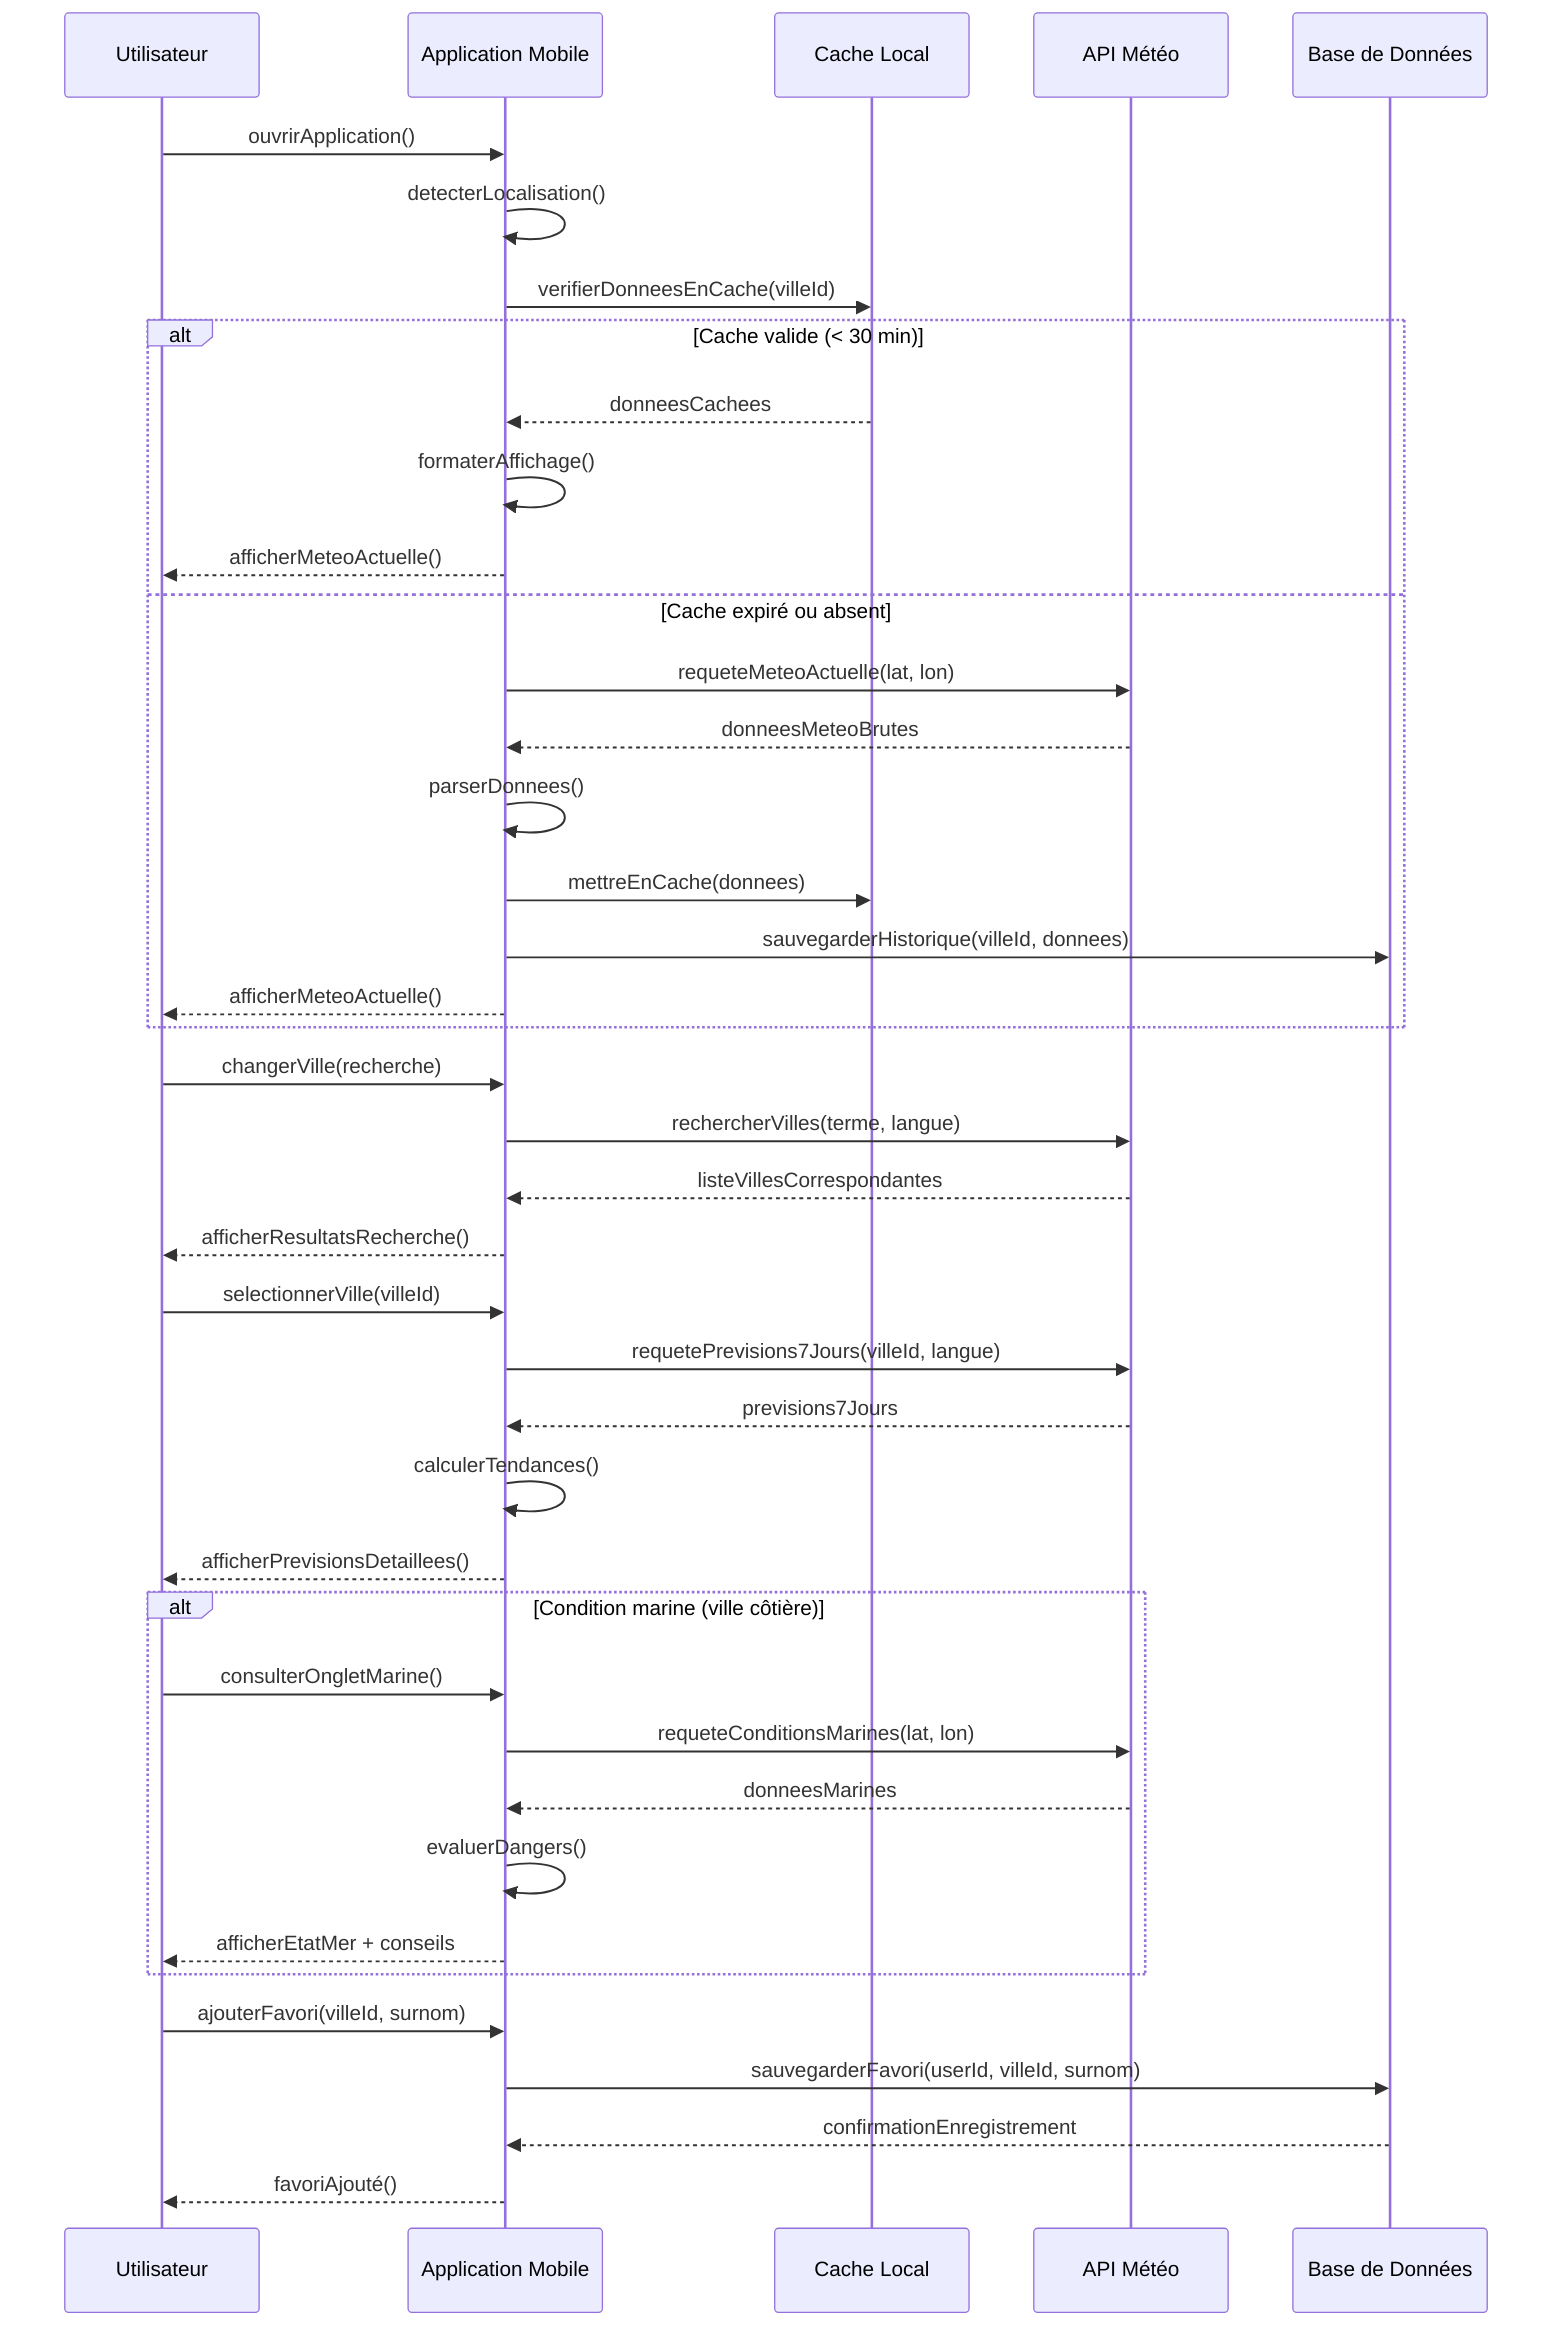
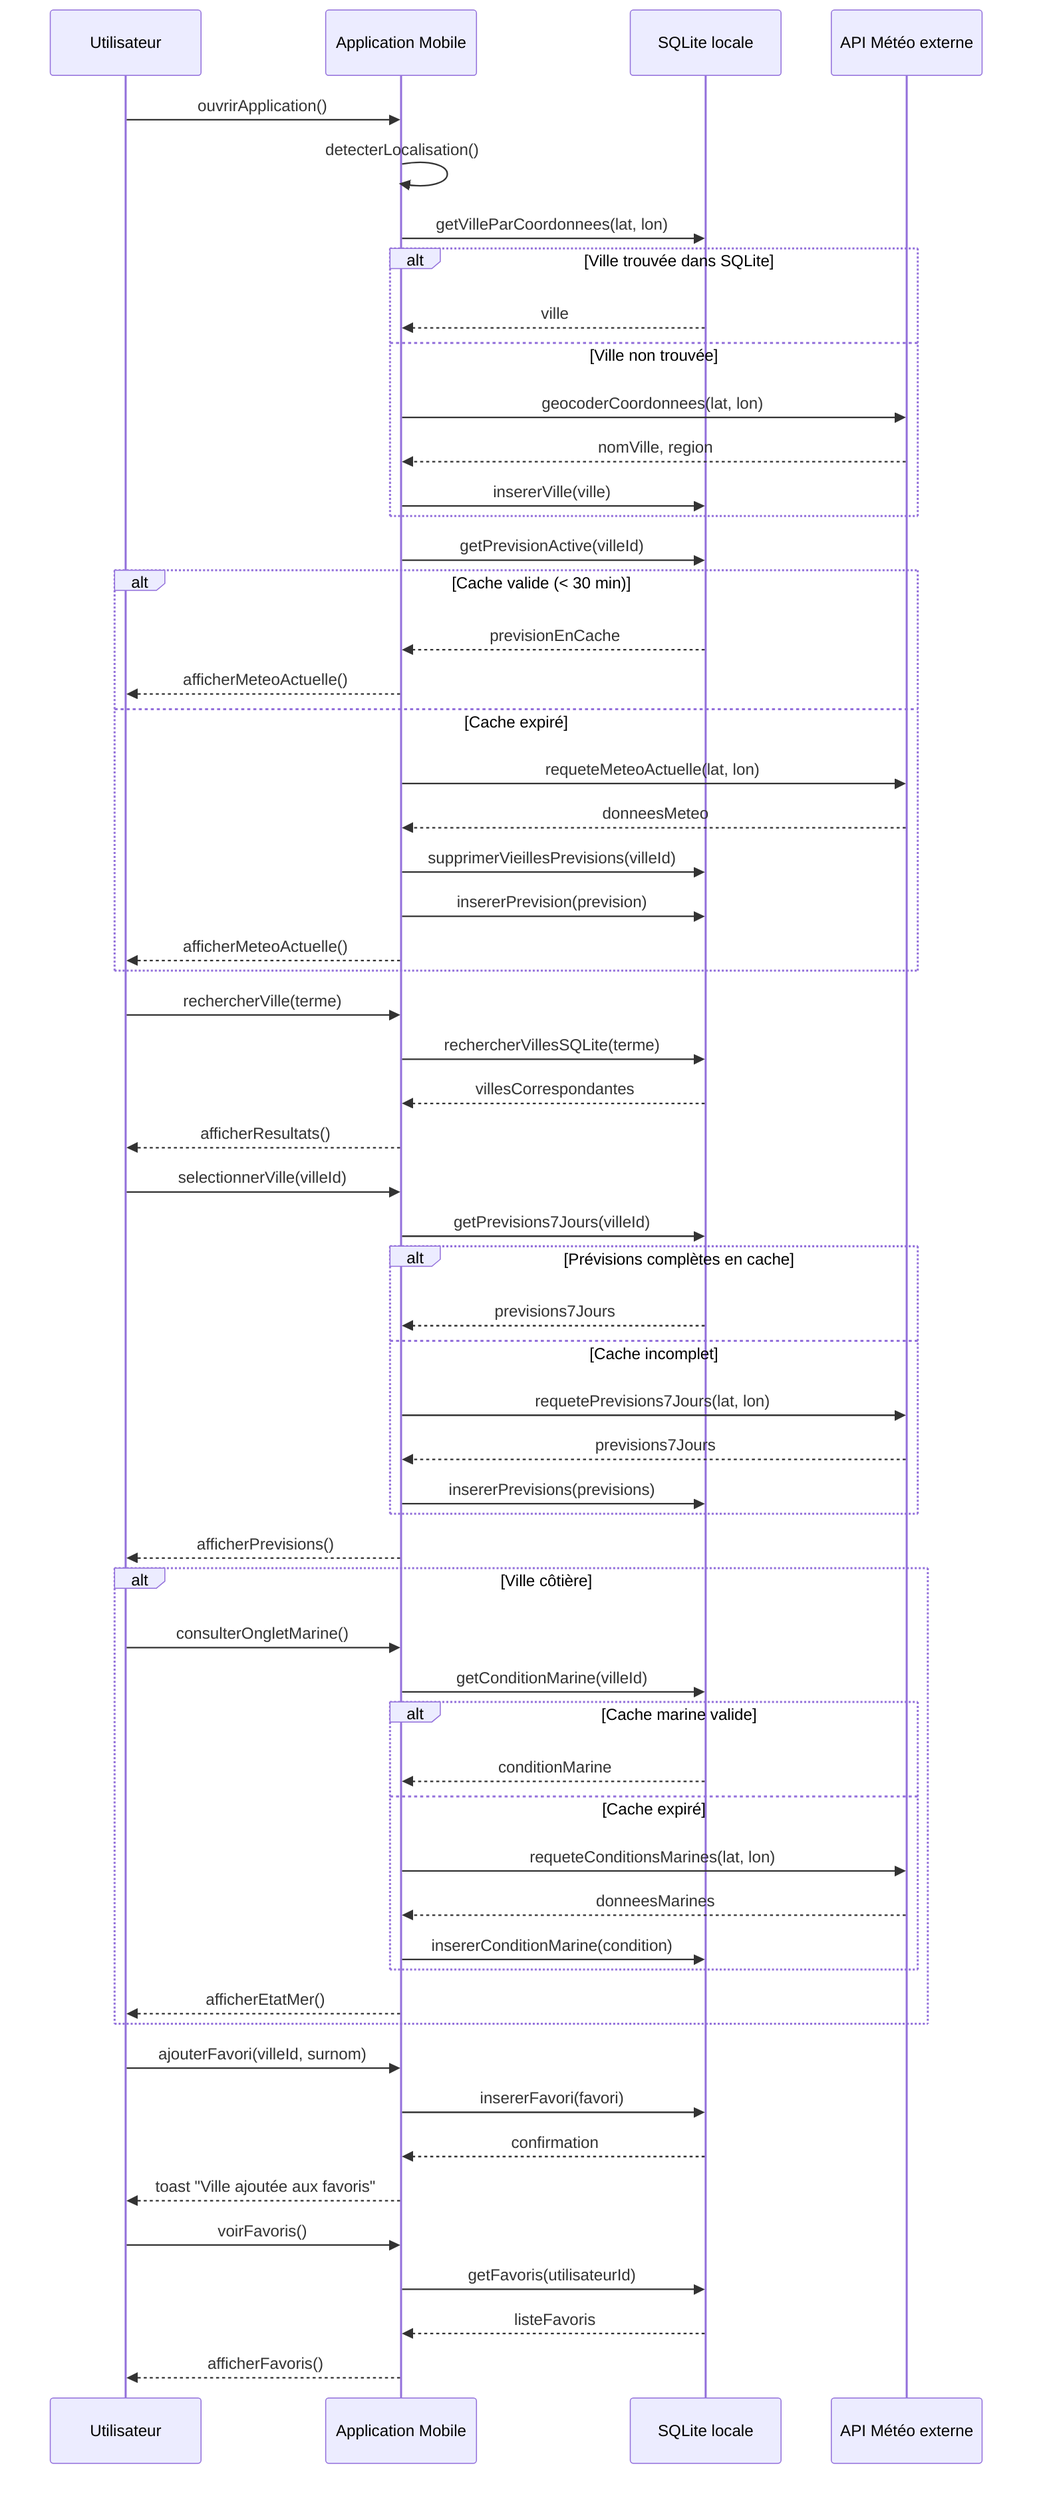
sequenceDiagram
    participant User as Utilisateur
    participant App as Application Mobile
-     participant Cache as Cache Local
-     participant API as API Météo
-     participant DB as Base de Données
+     participant DB as SQLite locale
+     participant API as API Météo externe

    User->>App: ouvrirApplication()
    App->>App: detecterLocalisation()
-     App->>Cache: verifierDonneesEnCache(villeId)
+     App->>DB: getVilleParCoordonnees(lat, lon)
+ 
+     alt Ville trouvée dans SQLite
+         DB-->>App: ville
+     else Ville non trouvée
+         App->>API: geocoderCoordonnees(lat, lon)
+         API-->>App: nomVille, region
+         App->>DB: insererVille(ville)
+     end
+ 
+     App->>DB: getPrevisionActive(villeId)

    alt Cache valide (< 30 min)
-         Cache-->>App: donneesCachees
-         App->>App: formaterAffichage()
+         DB-->>App: previsionEnCache
        App-->>User: afficherMeteoActuelle()
-     else Cache expiré ou absent
+     else Cache expiré
        App->>API: requeteMeteoActuelle(lat, lon)
-         API-->>App: donneesMeteoBrutes
-         App->>App: parserDonnees()
-         App->>Cache: mettreEnCache(donnees)
-         App->>DB: sauvegarderHistorique(villeId, donnees)
+         API-->>App: donneesMeteo
+         App->>DB: supprimerVieillesPrevisions(villeId)
+         App->>DB: insererPrevision(prevision)
        App-->>User: afficherMeteoActuelle()
    end

-     User->>App: changerVille(recherche)
-     App->>API: rechercherVilles(terme, langue)
-     API-->>App: listeVillesCorrespondantes
-     App-->>User: afficherResultatsRecherche()
+     User->>App: rechercherVille(terme)
+     App->>DB: rechercherVillesSQLite(terme)
+     DB-->>App: villesCorrespondantes
+     App-->>User: afficherResultats()

    User->>App: selectionnerVille(villeId)
-     App->>API: requetePrevisions7Jours(villeId, langue)
-     API-->>App: previsions7Jours
-     App->>App: calculerTendances()
-     App-->>User: afficherPrevisionsDetaillees()
+     App->>DB: getPrevisions7Jours(villeId)

-     alt Condition marine (ville côtière)
+     alt Prévisions complètes en cache
+         DB-->>App: previsions7Jours
+     else Cache incomplet
+         App->>API: requetePrevisions7Jours(lat, lon)
+         API-->>App: previsions7Jours
+         App->>DB: insererPrevisions(previsions)
+     end
+ 
+     App-->>User: afficherPrevisions()
+ 
+     alt Ville côtière
        User->>App: consulterOngletMarine()
-         App->>API: requeteConditionsMarines(lat, lon)
-         API-->>App: donneesMarines
-         App->>App: evaluerDangers()
-         App-->>User: afficherEtatMer + conseils
+         App->>DB: getConditionMarine(villeId)
+         alt Cache marine valide
+             DB-->>App: conditionMarine
+         else Cache expiré
+             App->>API: requeteConditionsMarines(lat, lon)
+             API-->>App: donneesMarines
+             App->>DB: insererConditionMarine(condition)
+         end
+         App-->>User: afficherEtatMer()
    end

    User->>App: ajouterFavori(villeId, surnom)
-     App->>DB: sauvegarderFavori(userId, villeId, surnom)
-     DB-->>App: confirmationEnregistrement
-     App-->>User: favoriAjouté()+     App->>DB: insererFavori(favori)
+     DB-->>App: confirmation
+     App-->>User: toast "Ville ajoutée aux favoris"
+ 
+     User->>App: voirFavoris()
+     App->>DB: getFavoris(utilisateurId)
+     DB-->>App: listeFavoris
+     App-->>User: afficherFavoris()